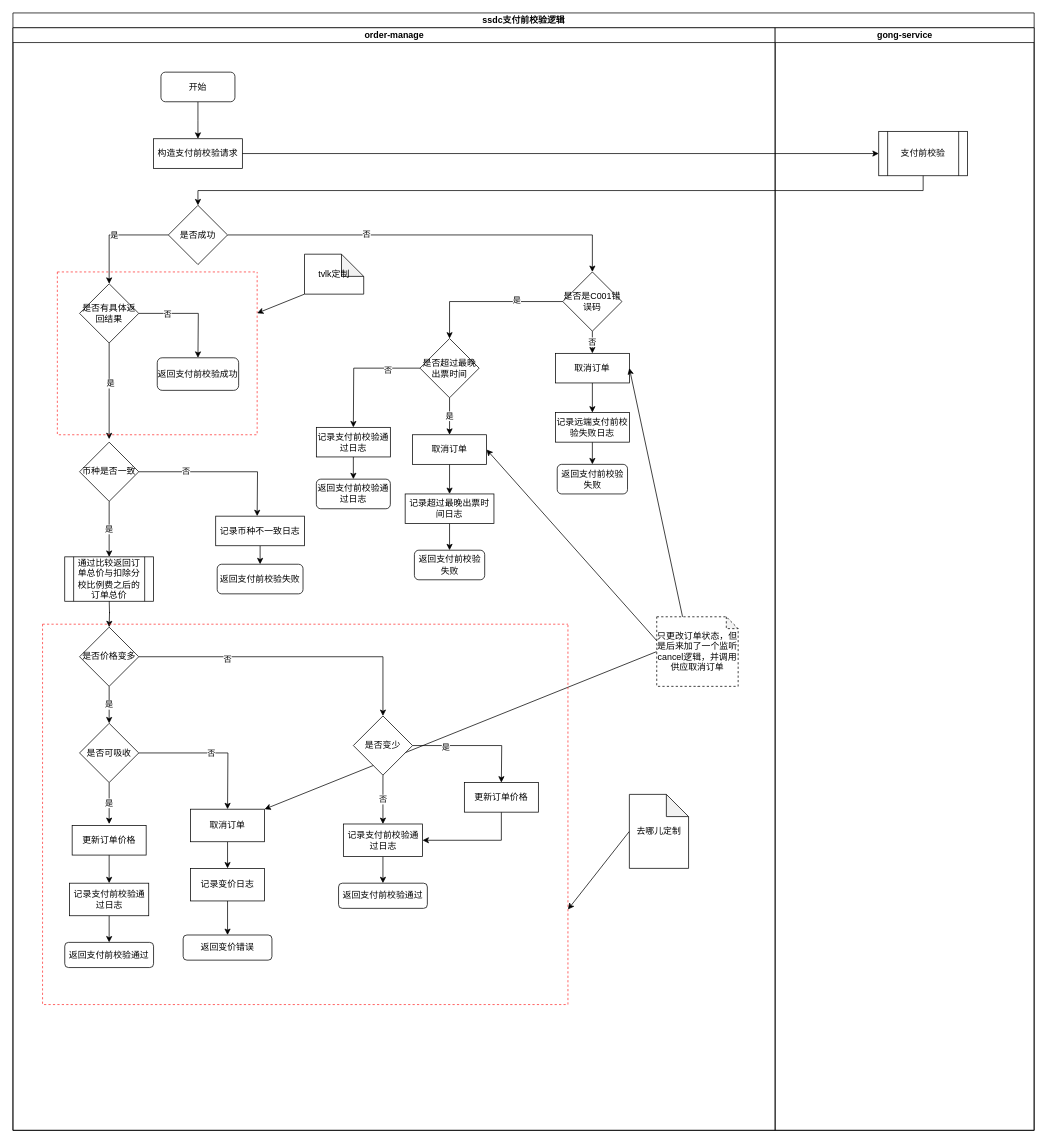
The draw.io diagram page "ssdc支付前验价逻辑" (12 of 13) of pkfare/paycheck-refactor/支付前校验现状.drawio in zhangweixin/design-diagram, before the edit. Source tidied: cells renumbered, new cells numbered last; positions are measured from the earlier drawing's top-left corner, leaving out a move shared by most shapes. Both pictures are drawn from the tidied source at 74%, with x=0, y=0 at pixel (13, 13).
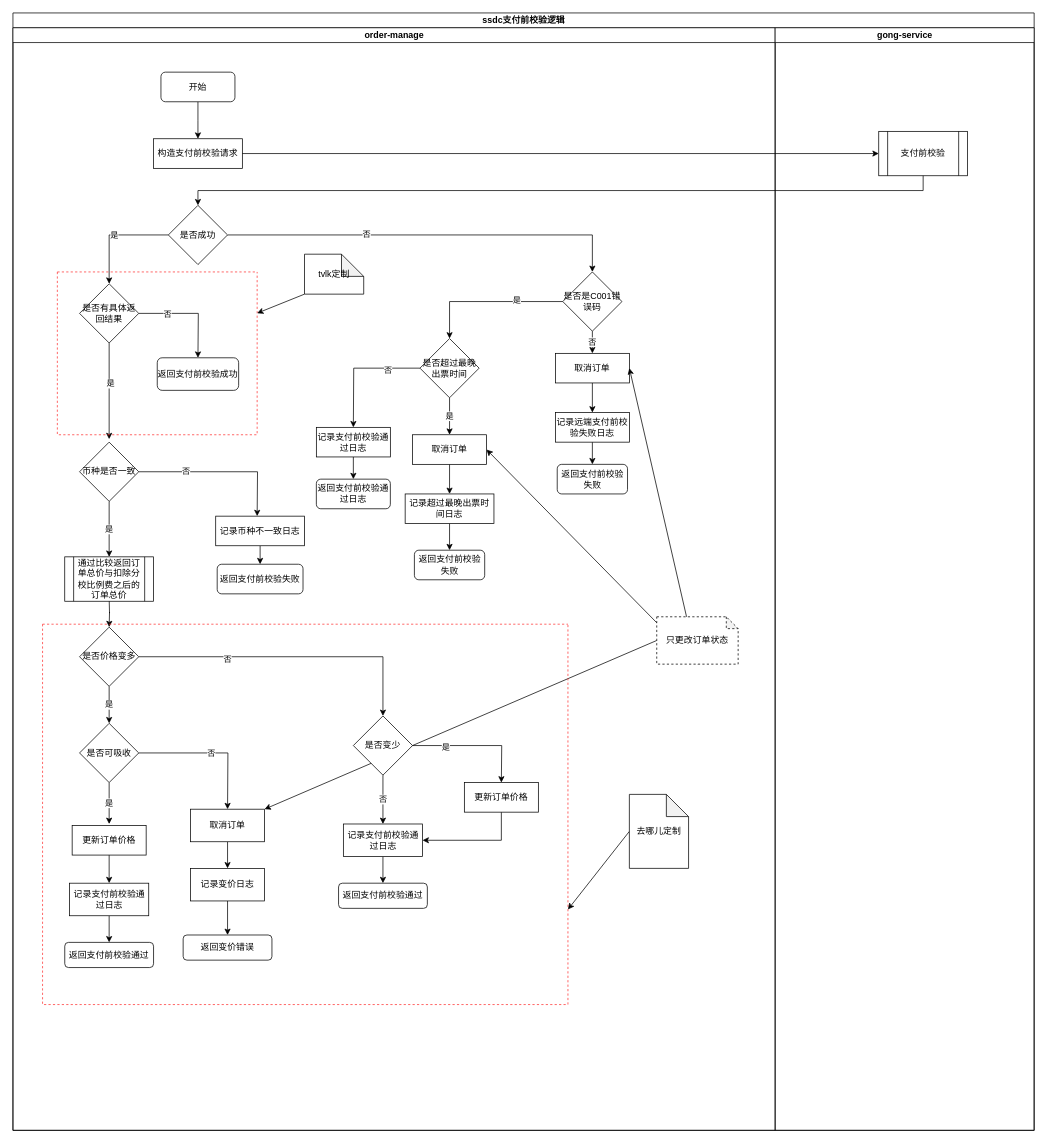
After the change.

Unchanged cells that the change refers to:
```xml
<mxCell id="3" value="order-manage" style="swimlane;startSize=20;html=1;rounded=0;strokeColor=#000000;" parent="2" vertex="1">
  <mxGeometry y="20" width="1030" height="1490" as="geometry" />
</mxCell>
```

Change to the diagram source:
```diff
@@
-    <mxCell id="20" value="只更改订单状态，但是后来加了一个监听cancel逻辑，并调用供应取消订单" style="shape=note;whiteSpace=wrap;html=1;backgroundOutline=1;darkOpacity=0.05;rounded=0;strokeColor=#000000;size=16;dashed=1;" parent="3" vertex="1">
-      <mxGeometry x="870" y="796" width="110" height="94" as="geometry" />
+    <mxCell id="20" value="只更改订单状态" style="shape=note;whiteSpace=wrap;html=1;backgroundOutline=1;darkOpacity=0.05;rounded=0;strokeColor=#000000;size=16;dashed=1;" parent="3" vertex="1">
+      <mxGeometry x="870" y="796" width="110" height="64" as="geometry" />
     </mxCell>
```
